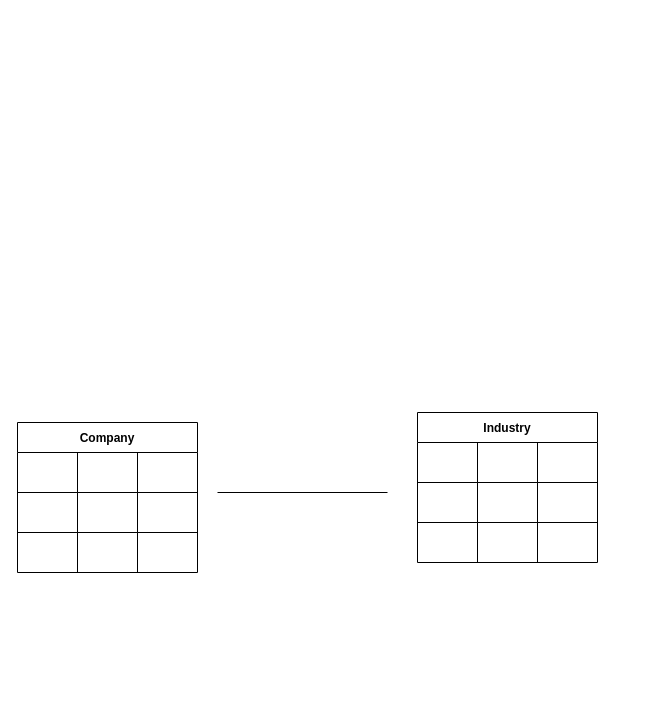
Above: DataModel.drawio in Empeno/EmpenoInvestStaticWebApp (draw.io), before the change. Source tidied: cells renumbered, new cells numbered last; positions are measured from the earlier drawing's top-left corner, leaving out a move shared by most shapes. Both pictures are drawn from the tidied source at 100%, with x=0, y=0 at pixel (17, 412).
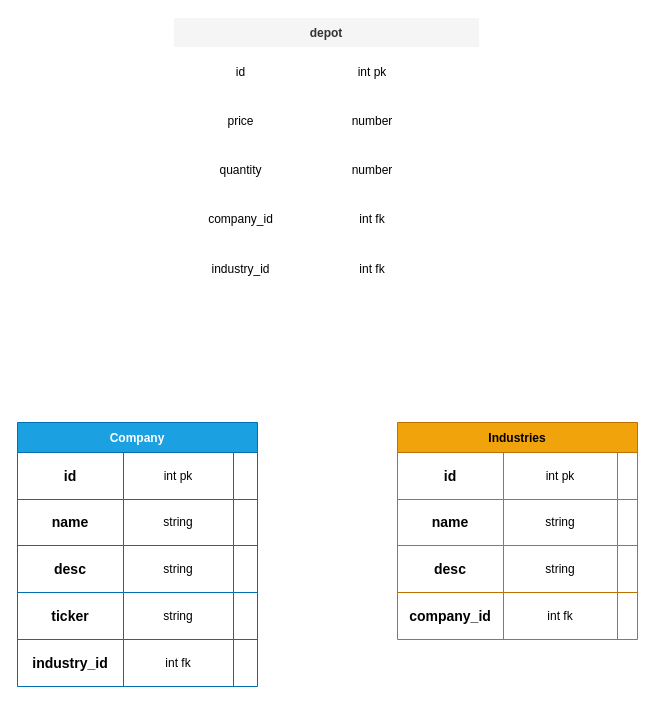
The same page after the edit.

The edit, as a diff of the source:
```diff
@@
-    <mxCell id="2" value="Company" style="shape=table;startSize=30;childLayout=tableLayout;fontStyle=1;align=center;" parent="1" vertex="1">
-      <mxGeometry y="10" width="180" height="150" as="geometry" />
+    <mxCell id="2" value="Company" style="shape=table;startSize=30;childLayout=tableLayout;fontStyle=1;align=center;shadow=0;fillStyle=solid;fillColor=#1ba1e2;strokeColor=#006EAF;fontColor=#ffffff;" parent="1" vertex="1">
+      <mxGeometry y="10" width="240" height="264" as="geometry" />
     </mxCell>
     <mxCell id="3" style="shape=tableRow;horizontal=0;startSize=0;swimlaneHead=0;swimlaneBody=0;top=0;left=0;bottom=0;right=0;fillColor=none;" parent="2" vertex="1">
-      <mxGeometry y="30" width="180" height="40" as="geometry" />
+      <mxGeometry y="30" width="240" height="47" as="geometry" />
     </mxCell>
-    <mxCell id="4" style="shape=partialRectangle;html=1;whiteSpace=wrap;fillColor=none;top=0;left=0;bottom=0;right=0;overflow=hidden;" parent="3" vertex="1">
-      <mxGeometry width="60" height="40" as="geometry" />
+    <mxCell id="4" value="id" style="shape=partialRectangle;html=1;whiteSpace=wrap;fillColor=none;top=0;left=0;bottom=0;right=0;overflow=hidden;fontStyle=1;fontSize=14;" parent="3" vertex="1">
+      <mxGeometry width="106" height="47" as="geometry" />
     </mxCell>
-    <mxCell id="5" style="shape=partialRectangle;html=1;whiteSpace=wrap;fillColor=none;top=0;left=0;bottom=0;right=0;overflow=hidden;" parent="3" vertex="1">
-      <mxGeometry x="60" width="60" height="40" as="geometry" />
+    <mxCell id="5" value="int pk" style="shape=partialRectangle;html=1;whiteSpace=wrap;fillColor=none;top=0;left=0;bottom=0;right=0;overflow=hidden;" parent="3" vertex="1">
+      <mxGeometry x="106" width="110" height="47" as="geometry" />
     </mxCell>
     <mxCell id="6" style="shape=partialRectangle;html=1;whiteSpace=wrap;fillColor=none;top=0;left=0;bottom=0;right=0;overflow=hidden;" parent="3" vertex="1">
-      <mxGeometry x="120" width="60" height="40" as="geometry" />
+      <mxGeometry x="216" width="24" height="47" as="geometry" />
     </mxCell>
     <mxCell id="7" style="shape=tableRow;horizontal=0;startSize=0;swimlaneHead=0;swimlaneBody=0;top=0;left=0;bottom=0;right=0;fillColor=none;" parent="2" vertex="1">
-      <mxGeometry y="70" width="180" height="40" as="geometry" />
+      <mxGeometry y="77" width="240" height="46" as="geometry" />
     </mxCell>
-    <mxCell id="8" style="shape=partialRectangle;html=1;whiteSpace=wrap;fillColor=none;top=0;left=0;bottom=0;right=0;overflow=hidden;" parent="7" vertex="1">
-      <mxGeometry width="60" height="40" as="geometry" />
+    <mxCell id="8" value="name" style="shape=partialRectangle;html=1;whiteSpace=wrap;fillColor=none;top=0;left=0;bottom=0;right=0;overflow=hidden;fontStyle=1;fontSize=14;" parent="7" vertex="1">
+      <mxGeometry width="106" height="46" as="geometry" />
     </mxCell>
-    <mxCell id="9" style="shape=partialRectangle;html=1;whiteSpace=wrap;fillColor=none;top=0;left=0;bottom=0;right=0;overflow=hidden;" parent="7" vertex="1">
-      <mxGeometry x="60" width="60" height="40" as="geometry" />
+    <mxCell id="9" value="string" style="shape=partialRectangle;html=1;whiteSpace=wrap;fillColor=none;top=0;left=0;bottom=0;right=0;overflow=hidden;" parent="7" vertex="1">
+      <mxGeometry x="106" width="110" height="46" as="geometry" />
     </mxCell>
     <mxCell id="10" style="shape=partialRectangle;html=1;whiteSpace=wrap;fillColor=none;top=0;left=0;bottom=0;right=0;overflow=hidden;" parent="7" vertex="1">
-      <mxGeometry x="120" width="60" height="40" as="geometry" />
+      <mxGeometry x="216" width="24" height="46" as="geometry" />
     </mxCell>
     <mxCell id="11" style="shape=tableRow;horizontal=0;startSize=0;swimlaneHead=0;swimlaneBody=0;top=0;left=0;bottom=0;right=0;fillColor=none;" parent="2" vertex="1">
-      <mxGeometry y="110" width="180" height="40" as="geometry" />
+      <mxGeometry y="123" width="240" height="47" as="geometry" />
     </mxCell>
-    <mxCell id="12" style="shape=partialRectangle;html=1;whiteSpace=wrap;fillColor=none;top=0;left=0;bottom=0;right=0;overflow=hidden;" parent="11" vertex="1">
-      <mxGeometry width="60" height="40" as="geometry" />
+    <mxCell id="12" value="desc" style="shape=partialRectangle;html=1;whiteSpace=wrap;fillColor=none;top=0;left=0;bottom=0;right=0;overflow=hidden;fontStyle=1;fontSize=14;" parent="11" vertex="1">
+      <mxGeometry width="106" height="47" as="geometry" />
     </mxCell>
-    <mxCell id="13" style="shape=partialRectangle;html=1;whiteSpace=wrap;fillColor=none;top=0;left=0;bottom=0;right=0;overflow=hidden;" parent="11" vertex="1">
-      <mxGeometry x="60" width="60" height="40" as="geometry" />
+    <mxCell id="13" value="string" style="shape=partialRectangle;html=1;whiteSpace=wrap;fillColor=none;top=0;left=0;bottom=0;right=0;overflow=hidden;" parent="11" vertex="1">
+      <mxGeometry x="106" width="110" height="47" as="geometry" />
     </mxCell>
     <mxCell id="14" style="shape=partialRectangle;html=1;whiteSpace=wrap;fillColor=none;top=0;left=0;bottom=0;right=0;overflow=hidden;" parent="11" vertex="1">
-      <mxGeometry x="120" width="60" height="40" as="geometry" />
+      <mxGeometry x="216" width="24" height="47" as="geometry" />
     </mxCell>
-    <mxCell id="15" value="Industry" style="shape=table;startSize=30;childLayout=tableLayout;fontStyle=1;align=center;" parent="1" vertex="1">
-      <mxGeometry x="400" width="180" height="150" as="geometry" />
-    </mxCell>
-    <mxCell id="16" style="shape=tableRow;horizontal=0;startSize=0;swimlaneHead=0;swimlaneBody=0;top=0;left=0;bottom=0;right=0;fillColor=none;" parent="15" vertex="1">
-      <mxGeometry y="30" width="180" height="40" as="geometry" />
-    </mxCell>
-    <mxCell id="17" style="shape=partialRectangle;html=1;whiteSpace=wrap;fillColor=none;top=0;left=0;bottom=0;right=0;overflow=hidden;" parent="16" vertex="1">
-      <mxGeometry width="60" height="40" as="geometry" />
-    </mxCell>
-    <mxCell id="18" style="shape=partialRectangle;html=1;whiteSpace=wrap;fillColor=none;top=0;left=0;bottom=0;right=0;overflow=hidden;" parent="16" vertex="1">
-      <mxGeometry x="60" width="60" height="40" as="geometry" />
-    </mxCell>
-    <mxCell id="19" style="shape=partialRectangle;html=1;whiteSpace=wrap;fillColor=none;top=0;left=0;bottom=0;right=0;overflow=hidden;" parent="16" vertex="1">
-      <mxGeometry x="120" width="60" height="40" as="geometry" />
-    </mxCell>
-    <mxCell id="20" style="shape=tableRow;horizontal=0;startSize=0;swimlaneHead=0;swimlaneBody=0;top=0;left=0;bottom=0;right=0;fillColor=none;" parent="15" vertex="1">
-      <mxGeometry y="70" width="180" height="40" as="geometry" />
-    </mxCell>
-    <mxCell id="21" style="shape=partialRectangle;html=1;whiteSpace=wrap;fillColor=none;top=0;left=0;bottom=0;right=0;overflow=hidden;" parent="20" vertex="1">
-      <mxGeometry width="60" height="40" as="geometry" />
-    </mxCell>
-    <mxCell id="22" style="shape=partialRectangle;html=1;whiteSpace=wrap;fillColor=none;top=0;left=0;bottom=0;right=0;overflow=hidden;" parent="20" vertex="1">
-      <mxGeometry x="60" width="60" height="40" as="geometry" />
-    </mxCell>
-    <mxCell id="23" style="shape=partialRectangle;html=1;whiteSpace=wrap;fillColor=none;top=0;left=0;bottom=0;right=0;overflow=hidden;" parent="20" vertex="1">
-      <mxGeometry x="120" width="60" height="40" as="geometry" />
-    </mxCell>
-    <mxCell id="24" style="shape=tableRow;horizontal=0;startSize=0;swimlaneHead=0;swimlaneBody=0;top=0;left=0;bottom=0;right=0;fillColor=none;" parent="15" vertex="1">
-      <mxGeometry y="110" width="180" height="40" as="geometry" />
-    </mxCell>
-    <mxCell id="25" style="shape=partialRectangle;html=1;whiteSpace=wrap;fillColor=none;top=0;left=0;bottom=0;right=0;overflow=hidden;" parent="24" vertex="1">
-      <mxGeometry width="60" height="40" as="geometry" />
-    </mxCell>
-    <mxCell id="26" style="shape=partialRectangle;html=1;whiteSpace=wrap;fillColor=none;top=0;left=0;bottom=0;right=0;overflow=hidden;" parent="24" vertex="1">
-      <mxGeometry x="60" width="60" height="40" as="geometry" />
-    </mxCell>
-    <mxCell id="27" style="shape=partialRectangle;html=1;whiteSpace=wrap;fillColor=none;top=0;left=0;bottom=0;right=0;overflow=hidden;" parent="24" vertex="1">
-      <mxGeometry x="120" width="60" height="40" as="geometry" />
-    </mxCell>
-    <mxCell id="28" style="endArrow=none;html=1;" parent="1" edge="1">
-      <mxGeometry relative="1" as="geometry">
-        <mxPoint x="200" y="80" as="sourcePoint" />
-        <mxPoint x="370" y="80" as="targetPoint" />
-      </mxGeometry>
-    </mxCell>
+    <mxCell id="29" style="shape=tableRow;horizontal=0;startSize=0;swimlaneHead=0;swimlaneBody=0;top=0;left=0;bottom=0;right=0;fillColor=none;" parent="2" vertex="1">
+      <mxGeometry y="170" width="240" height="47" as="geometry" />
+    </mxCell>
+    <mxCell id="30" value="ticker" style="shape=partialRectangle;html=1;whiteSpace=wrap;fillColor=none;top=0;left=0;bottom=0;right=0;overflow=hidden;fontStyle=1;fontSize=14;" parent="29" vertex="1">
+      <mxGeometry width="106" height="47" as="geometry" />
+    </mxCell>
+    <mxCell id="31" value="string" style="shape=partialRectangle;html=1;whiteSpace=wrap;fillColor=none;top=0;left=0;bottom=0;right=0;overflow=hidden;" parent="29" vertex="1">
+      <mxGeometry x="106" width="110" height="47" as="geometry" />
+    </mxCell>
+    <mxCell id="32" style="shape=partialRectangle;html=1;whiteSpace=wrap;fillColor=none;top=0;left=0;bottom=0;right=0;overflow=hidden;" parent="29" vertex="1">
+      <mxGeometry x="216" width="24" height="47" as="geometry" />
+    </mxCell>
+    <mxCell id="33" style="shape=tableRow;horizontal=0;startSize=0;swimlaneHead=0;swimlaneBody=0;top=0;left=0;bottom=0;right=0;fillColor=none;" parent="2" vertex="1">
+      <mxGeometry y="217" width="240" height="47" as="geometry" />
+    </mxCell>
+    <mxCell id="34" value="industry_id" style="shape=partialRectangle;html=1;whiteSpace=wrap;fillColor=none;top=0;left=0;bottom=0;right=0;overflow=hidden;fontStyle=1;fontSize=14;" parent="33" vertex="1">
+      <mxGeometry width="106" height="47" as="geometry" />
+    </mxCell>
+    <mxCell id="35" value="int fk" style="shape=partialRectangle;html=1;whiteSpace=wrap;fillColor=none;top=0;left=0;bottom=0;right=0;overflow=hidden;" parent="33" vertex="1">
+      <mxGeometry x="106" width="110" height="47" as="geometry" />
+    </mxCell>
+    <mxCell id="36" style="shape=partialRectangle;html=1;whiteSpace=wrap;fillColor=none;top=0;left=0;bottom=0;right=0;overflow=hidden;" parent="33" vertex="1">
+      <mxGeometry x="216" width="24" height="47" as="geometry" />
+    </mxCell>
+    <mxCell id="37" value="Industries" style="shape=table;startSize=30;childLayout=tableLayout;fontStyle=1;align=center;shadow=0;fillStyle=solid;fillColor=#f0a30a;strokeColor=#BD7000;fontColor=#000000;" parent="1" vertex="1">
+      <mxGeometry x="380" y="10" width="240" height="217" as="geometry" />
+    </mxCell>
+    <mxCell id="38" style="shape=tableRow;horizontal=0;startSize=0;swimlaneHead=0;swimlaneBody=0;top=0;left=0;bottom=0;right=0;fillColor=none;shadow=0;fillStyle=solid;" parent="37" vertex="1">
+      <mxGeometry y="30" width="240" height="47" as="geometry" />
+    </mxCell>
+    <mxCell id="39" value="&lt;b&gt;&lt;font style=&quot;font-size: 14px;&quot;&gt;id&lt;/font&gt;&lt;/b&gt;" style="shape=partialRectangle;html=1;whiteSpace=wrap;fillColor=none;top=0;left=0;bottom=0;right=0;overflow=hidden;shadow=0;fillStyle=solid;" parent="38" vertex="1">
+      <mxGeometry width="106" height="47" as="geometry" />
+    </mxCell>
+    <mxCell id="40" value="int pk" style="shape=partialRectangle;html=1;whiteSpace=wrap;fillColor=none;top=0;left=0;bottom=0;right=0;overflow=hidden;shadow=0;fillStyle=solid;" parent="38" vertex="1">
+      <mxGeometry x="106" width="114" height="47" as="geometry" />
+    </mxCell>
+    <mxCell id="41" style="shape=partialRectangle;html=1;whiteSpace=wrap;fillColor=none;top=0;left=0;bottom=0;right=0;overflow=hidden;shadow=0;fillStyle=solid;" parent="38" vertex="1">
+      <mxGeometry x="220" width="20" height="47" as="geometry" />
+    </mxCell>
+    <mxCell id="42" style="shape=tableRow;horizontal=0;startSize=0;swimlaneHead=0;swimlaneBody=0;top=0;left=0;bottom=0;right=0;fillColor=none;shadow=0;fillStyle=solid;" parent="37" vertex="1">
+      <mxGeometry y="77" width="240" height="46" as="geometry" />
+    </mxCell>
+    <mxCell id="43" value="name" style="shape=partialRectangle;html=1;whiteSpace=wrap;fillColor=none;top=0;left=0;bottom=0;right=0;overflow=hidden;shadow=0;fillStyle=solid;fontStyle=1;fontSize=14;" parent="42" vertex="1">
+      <mxGeometry width="106" height="46" as="geometry" />
+    </mxCell>
+    <mxCell id="44" value="string" style="shape=partialRectangle;html=1;whiteSpace=wrap;fillColor=none;top=0;left=0;bottom=0;right=0;overflow=hidden;shadow=0;fillStyle=solid;" parent="42" vertex="1">
+      <mxGeometry x="106" width="114" height="46" as="geometry" />
+    </mxCell>
+    <mxCell id="45" style="shape=partialRectangle;html=1;whiteSpace=wrap;fillColor=none;top=0;left=0;bottom=0;right=0;overflow=hidden;shadow=0;fillStyle=solid;" parent="42" vertex="1">
+      <mxGeometry x="220" width="20" height="46" as="geometry" />
+    </mxCell>
+    <mxCell id="46" style="shape=tableRow;horizontal=0;startSize=0;swimlaneHead=0;swimlaneBody=0;top=0;left=0;bottom=0;right=0;fillColor=none;shadow=0;fillStyle=solid;" parent="37" vertex="1">
+      <mxGeometry y="123" width="240" height="47" as="geometry" />
+    </mxCell>
+    <mxCell id="47" value="desc" style="shape=partialRectangle;html=1;whiteSpace=wrap;fillColor=none;top=0;left=0;bottom=0;right=0;overflow=hidden;shadow=0;fillStyle=solid;fontStyle=1;fontSize=14;" parent="46" vertex="1">
+      <mxGeometry width="106" height="47" as="geometry" />
+    </mxCell>
+    <mxCell id="48" value="string" style="shape=partialRectangle;html=1;whiteSpace=wrap;fillColor=none;top=0;left=0;bottom=0;right=0;overflow=hidden;shadow=0;fillStyle=solid;" parent="46" vertex="1">
+      <mxGeometry x="106" width="114" height="47" as="geometry" />
+    </mxCell>
+    <mxCell id="49" style="shape=partialRectangle;html=1;whiteSpace=wrap;fillColor=none;top=0;left=0;bottom=0;right=0;overflow=hidden;shadow=0;fillStyle=solid;" parent="46" vertex="1">
+      <mxGeometry x="220" width="20" height="47" as="geometry" />
+    </mxCell>
+    <mxCell id="50" style="shape=tableRow;horizontal=0;startSize=0;swimlaneHead=0;swimlaneBody=0;top=0;left=0;bottom=0;right=0;fillColor=none;shadow=0;fillStyle=solid;" parent="37" vertex="1">
+      <mxGeometry y="170" width="240" height="47" as="geometry" />
+    </mxCell>
+    <mxCell id="51" value="company_id" style="shape=partialRectangle;html=1;whiteSpace=wrap;fillColor=none;top=0;left=0;bottom=0;right=0;overflow=hidden;shadow=0;fillStyle=solid;fontStyle=1;fontSize=14;" parent="50" vertex="1">
+      <mxGeometry width="106" height="47" as="geometry" />
+    </mxCell>
+    <mxCell id="52" value="int fk" style="shape=partialRectangle;html=1;whiteSpace=wrap;fillColor=none;top=0;left=0;bottom=0;right=0;overflow=hidden;shadow=0;fillStyle=solid;" parent="50" vertex="1">
+      <mxGeometry x="106" width="114" height="47" as="geometry" />
+    </mxCell>
+    <mxCell id="53" style="shape=partialRectangle;html=1;whiteSpace=wrap;fillColor=none;top=0;left=0;bottom=0;right=0;overflow=hidden;shadow=0;fillStyle=solid;" parent="50" vertex="1">
+      <mxGeometry x="220" width="20" height="47" as="geometry" />
+    </mxCell>
+    <mxCell id="54" value="depot" style="shape=table;startSize=30;childLayout=tableLayout;fontStyle=1;align=center;shadow=0;fillStyle=solid;fillColor=#f5f5f5;fontColor=#333333;strokeColor=#FFFFFF;" parent="1" vertex="1">
+      <mxGeometry x="156" y="-395" width="306" height="277" as="geometry" />
+    </mxCell>
+    <mxCell id="55" style="shape=tableRow;horizontal=0;startSize=0;swimlaneHead=0;swimlaneBody=0;top=0;left=0;bottom=0;right=0;fillColor=none;shadow=0;fillStyle=solid;" parent="54" vertex="1">
+      <mxGeometry y="30" width="306" height="50" as="geometry" />
+    </mxCell>
+    <mxCell id="56" value="id" style="shape=partialRectangle;html=1;whiteSpace=wrap;fillColor=none;top=0;left=0;bottom=0;right=0;overflow=hidden;shadow=0;fillStyle=solid;" parent="55" vertex="1">
+      <mxGeometry width="135" height="50" as="geometry" />
+    </mxCell>
+    <mxCell id="57" value="int pk" style="shape=partialRectangle;html=1;whiteSpace=wrap;fillColor=none;top=0;left=0;bottom=0;right=0;overflow=hidden;shadow=0;fillStyle=solid;" parent="55" vertex="1">
+      <mxGeometry x="135" width="128" height="50" as="geometry" />
+    </mxCell>
+    <mxCell id="58" style="shape=partialRectangle;html=1;whiteSpace=wrap;fillColor=none;top=0;left=0;bottom=0;right=0;overflow=hidden;shadow=0;fillStyle=solid;" parent="55" vertex="1">
+      <mxGeometry x="263" width="43" height="50" as="geometry" />
+    </mxCell>
+    <mxCell id="59" style="shape=tableRow;horizontal=0;startSize=0;swimlaneHead=0;swimlaneBody=0;top=0;left=0;bottom=0;right=0;fillColor=none;shadow=0;fillStyle=solid;" parent="54" vertex="1">
+      <mxGeometry y="80" width="306" height="48" as="geometry" />
+    </mxCell>
+    <mxCell id="60" value="price" style="shape=partialRectangle;html=1;whiteSpace=wrap;fillColor=none;top=0;left=0;bottom=0;right=0;overflow=hidden;shadow=0;fillStyle=solid;" parent="59" vertex="1">
+      <mxGeometry width="135" height="48" as="geometry" />
+    </mxCell>
+    <mxCell id="61" value="number" style="shape=partialRectangle;html=1;whiteSpace=wrap;fillColor=none;top=0;left=0;bottom=0;right=0;overflow=hidden;shadow=0;fillStyle=solid;" parent="59" vertex="1">
+      <mxGeometry x="135" width="128" height="48" as="geometry" />
+    </mxCell>
+    <mxCell id="62" style="shape=partialRectangle;html=1;whiteSpace=wrap;fillColor=none;top=0;left=0;bottom=0;right=0;overflow=hidden;shadow=0;fillStyle=solid;" parent="59" vertex="1">
+      <mxGeometry x="263" width="43" height="48" as="geometry" />
+    </mxCell>
+    <mxCell id="63" style="shape=tableRow;horizontal=0;startSize=0;swimlaneHead=0;swimlaneBody=0;top=0;left=0;bottom=0;right=0;fillColor=none;shadow=0;fillStyle=solid;" parent="54" vertex="1">
+      <mxGeometry y="128" width="306" height="49" as="geometry" />
+    </mxCell>
+    <mxCell id="64" value="quantity" style="shape=partialRectangle;html=1;whiteSpace=wrap;fillColor=none;top=0;left=0;bottom=0;right=0;overflow=hidden;shadow=0;fillStyle=solid;" parent="63" vertex="1">
+      <mxGeometry width="135" height="49" as="geometry" />
+    </mxCell>
+    <mxCell id="65" value="number" style="shape=partialRectangle;html=1;whiteSpace=wrap;fillColor=none;top=0;left=0;bottom=0;right=0;overflow=hidden;shadow=0;fillStyle=solid;" parent="63" vertex="1">
+      <mxGeometry x="135" width="128" height="49" as="geometry" />
+    </mxCell>
+    <mxCell id="66" style="shape=partialRectangle;html=1;whiteSpace=wrap;fillColor=none;top=0;left=0;bottom=0;right=0;overflow=hidden;shadow=0;fillStyle=solid;" parent="63" vertex="1">
+      <mxGeometry x="263" width="43" height="49" as="geometry" />
+    </mxCell>
+    <mxCell id="67" style="shape=tableRow;horizontal=0;startSize=0;swimlaneHead=0;swimlaneBody=0;top=0;left=0;bottom=0;right=0;fillColor=none;shadow=0;fillStyle=solid;" parent="54" vertex="1">
+      <mxGeometry y="177" width="306" height="50" as="geometry" />
+    </mxCell>
+    <mxCell id="68" value="company_id" style="shape=partialRectangle;html=1;whiteSpace=wrap;fillColor=none;top=0;left=0;bottom=0;right=0;overflow=hidden;shadow=0;fillStyle=solid;" parent="67" vertex="1">
+      <mxGeometry width="135" height="50" as="geometry" />
+    </mxCell>
+    <mxCell id="69" value="int fk" style="shape=partialRectangle;html=1;whiteSpace=wrap;fillColor=none;top=0;left=0;bottom=0;right=0;overflow=hidden;shadow=0;fillStyle=solid;" parent="67" vertex="1">
+      <mxGeometry x="135" width="128" height="50" as="geometry" />
+    </mxCell>
+    <mxCell id="70" style="shape=partialRectangle;html=1;whiteSpace=wrap;fillColor=none;top=0;left=0;bottom=0;right=0;overflow=hidden;shadow=0;fillStyle=solid;" parent="67" vertex="1">
+      <mxGeometry x="263" width="43" height="50" as="geometry" />
+    </mxCell>
+    <mxCell id="71" style="shape=tableRow;horizontal=0;startSize=0;swimlaneHead=0;swimlaneBody=0;top=0;left=0;bottom=0;right=0;fillColor=none;shadow=0;fillStyle=solid;" parent="54" vertex="1">
+      <mxGeometry y="227" width="306" height="50" as="geometry" />
+    </mxCell>
+    <mxCell id="72" value="industry_id" style="shape=partialRectangle;html=1;whiteSpace=wrap;fillColor=none;top=0;left=0;bottom=0;right=0;overflow=hidden;shadow=0;fillStyle=solid;" parent="71" vertex="1">
+      <mxGeometry width="135" height="50" as="geometry" />
+    </mxCell>
+    <mxCell id="73" value="int fk" style="shape=partialRectangle;html=1;whiteSpace=wrap;fillColor=none;top=0;left=0;bottom=0;right=0;overflow=hidden;shadow=0;fillStyle=solid;" parent="71" vertex="1">
+      <mxGeometry x="135" width="128" height="50" as="geometry" />
+    </mxCell>
+    <mxCell id="74" style="shape=partialRectangle;html=1;whiteSpace=wrap;fillColor=none;top=0;left=0;bottom=0;right=0;overflow=hidden;shadow=0;fillStyle=solid;" parent="71" vertex="1">
+      <mxGeometry x="263" width="43" height="50" as="geometry" />
+    </mxCell>
```
